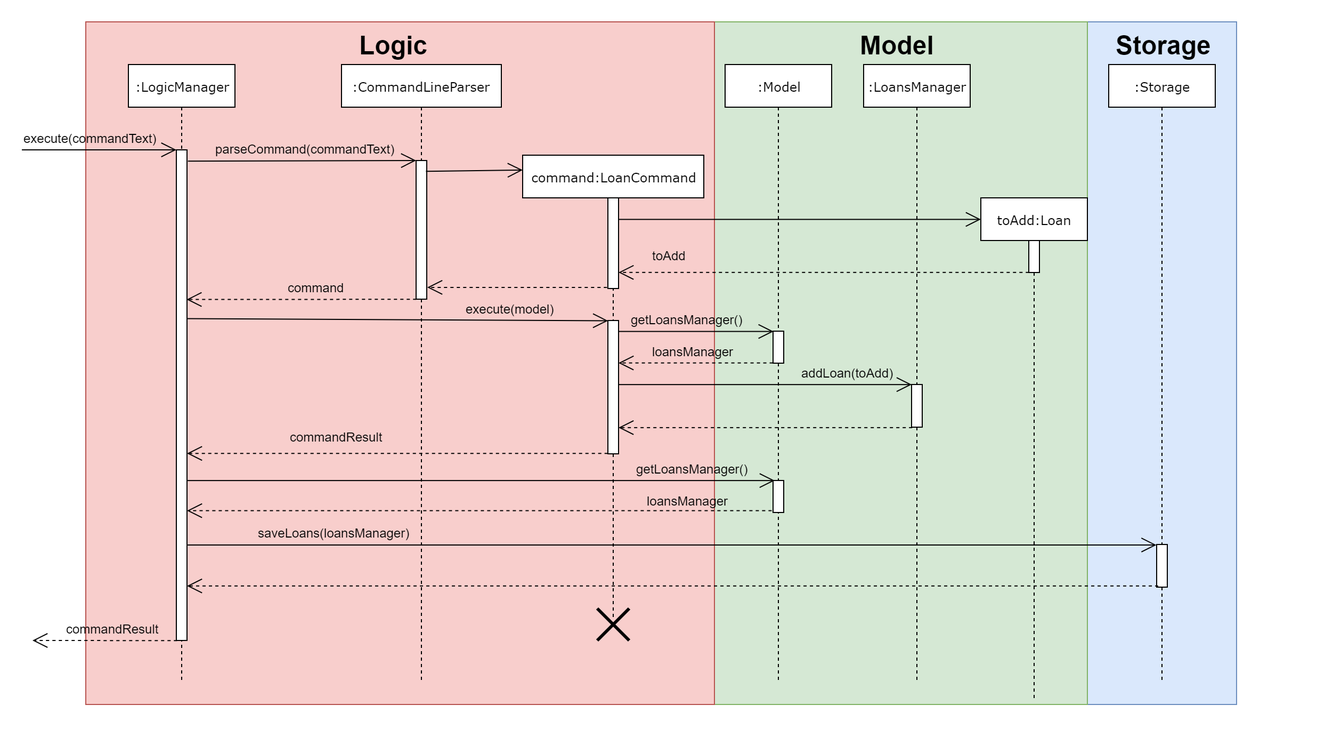
The draw.io diagram docs/images/LoanSequenceDiagram.png in nus-cs2103-AY1920S1/addressbook-level3, before a commit. Source tidied: cells renumbered, new cells last; positions are measured from the earlier drawing's top-left corner, leaving out a move shared by most shapes.
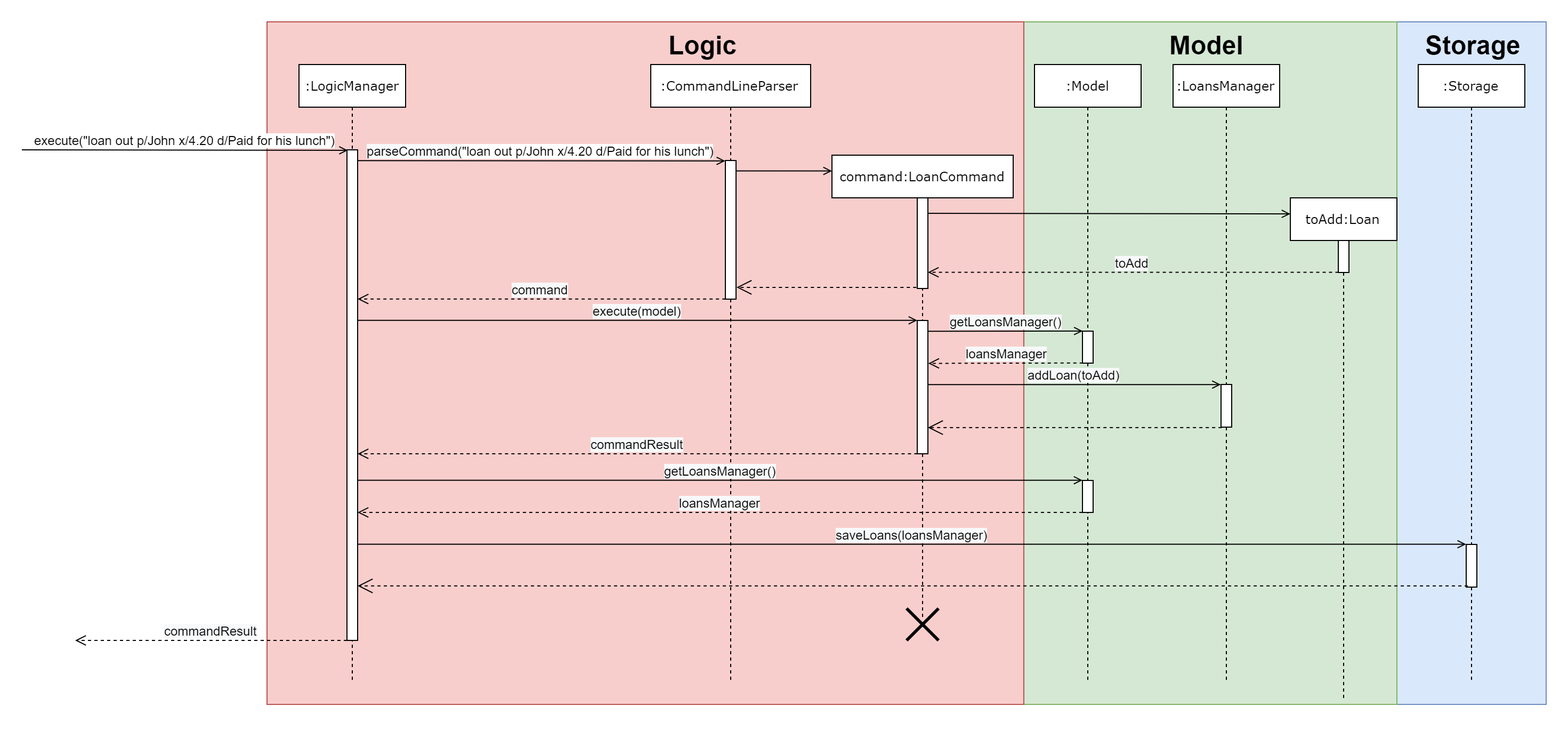
The same file after the commit.

Commit message:
Update loan sequence diagram

Change to the diagram source:
```diff
@@ -3,7 +3,7 @@
     <mxCell id="0" />
     <mxCell id="1" parent="0" />
     <mxCell id="2" style="rounded=0;whiteSpace=wrap;html=1;strokeColor=none;" parent="1" vertex="1">
-      <mxGeometry width="1250" height="690" as="geometry" />
+      <mxGeometry x="-290" width="1470" height="690" as="geometry" />
     </mxCell>
     <mxCell id="3" style="rounded=0;whiteSpace=wrap;html=1;fillColor=#dae8fc;strokeColor=#6c8ebf;" parent="1" vertex="1">
       <mxGeometry x="1020" y="20" width="140" height="640" as="geometry" />
@@ -12,7 +12,7 @@
       <mxGeometry x="670" y="20" width="350" height="640" as="geometry" />
     </mxCell>
     <mxCell id="5" style="rounded=0;whiteSpace=wrap;html=1;fillColor=#f8cecc;strokeColor=#b85450;" parent="1" vertex="1">
-      <mxGeometry x="80" y="20" width="590" height="640" as="geometry" />
+      <mxGeometry x="-40" y="20" width="710" height="640" as="geometry" />
     </mxCell>
     <mxCell id="6" value=":CommandLineParser" style="shape=umlLifeline;perimeter=lifelinePerimeter;whiteSpace=wrap;html=1;rounded=0;shadow=0;comic=0;labelBackgroundColor=none;strokeColor=#000000;strokeWidth=1;fillColor=#FFFFFF;fontFamily=Verdana;fontSize=12;fontColor=#000000;align=center;" parent="1" vertex="1">
       <mxGeometry x="320" y="60" width="150" height="580" as="geometry" />
@@ -33,14 +33,11 @@
       <mxGeometry x="70" y="425" width="30" height="30" as="geometry" />
     </mxCell>
     <mxCell id="12" value=":LogicManager" style="shape=umlLifeline;perimeter=lifelinePerimeter;whiteSpace=wrap;html=1;rounded=0;shadow=0;comic=0;labelBackgroundColor=none;strokeColor=#000000;strokeWidth=1;fillColor=#FFFFFF;fontFamily=Verdana;fontSize=12;fontColor=#000000;align=center;" parent="1" vertex="1">
-      <mxGeometry x="120" y="60" width="100" height="580" as="geometry" />
+      <mxGeometry x="-10" y="60" width="100" height="580" as="geometry" />
     </mxCell>
     <mxCell id="13" style="html=1;points=[];perimeter=orthogonalPerimeter;rounded=0;shadow=0;comic=0;labelBackgroundColor=none;strokeColor=#000000;strokeWidth=1;fillColor=#FFFFFF;fontFamily=Verdana;fontSize=12;fontColor=#000000;align=center;" parent="12" vertex="1">
       <mxGeometry x="45" y="80" width="10" height="460" as="geometry" />
     </mxCell>
-    <mxCell id="14" value="command" style="text;html=1;align=left;verticalAlign=top;spacingTop=-4;" parent="1" vertex="1">
-      <mxGeometry x="267.5" y="259.5" width="70" height="20" as="geometry" />
-    </mxCell>
     <mxCell id="15" value=":Model" style="shape=umlLifeline;perimeter=lifelinePerimeter;whiteSpace=wrap;html=1;rounded=0;shadow=0;comic=0;labelBackgroundColor=none;strokeColor=#000000;strokeWidth=1;fillColor=#FFFFFF;fontFamily=Verdana;fontSize=12;fontColor=#000000;align=center;" parent="1" vertex="1">
       <mxGeometry x="680" y="60" width="100" height="580" as="geometry" />
     </mxCell>
@@ -50,119 +47,33 @@
     <mxCell id="17" style="html=1;points=[];perimeter=orthogonalPerimeter;rounded=0;shadow=0;comic=0;labelBackgroundColor=none;strokeColor=#000000;strokeWidth=1;fillColor=#FFFFFF;fontFamily=Verdana;fontSize=12;fontColor=#000000;align=center;" parent="15" vertex="1">
       <mxGeometry x="45" y="390" width="10" height="30" as="geometry" />
     </mxCell>
-    <mxCell id="18" value="getLoansManager()" style="text;html=1;align=left;verticalAlign=top;spacingTop=-4;" parent="1" vertex="1">
-      <mxGeometry x="590" y="290" width="120" height="20" as="geometry" />
-    </mxCell>
     <mxCell id="19" value=":LoansManager" style="shape=umlLifeline;perimeter=lifelinePerimeter;whiteSpace=wrap;html=1;rounded=0;shadow=0;comic=0;labelBackgroundColor=none;strokeColor=#000000;strokeWidth=1;fillColor=#FFFFFF;fontFamily=Verdana;fontSize=12;fontColor=#000000;align=center;" parent="1" vertex="1">
       <mxGeometry x="810" y="60" width="100" height="580" as="geometry" />
     </mxCell>
     <mxCell id="20" style="html=1;points=[];perimeter=orthogonalPerimeter;rounded=0;shadow=0;comic=0;labelBackgroundColor=none;strokeColor=#000000;strokeWidth=1;fillColor=#FFFFFF;fontFamily=Verdana;fontSize=12;fontColor=#000000;align=center;" parent="19" vertex="1">
       <mxGeometry x="45" y="300" width="10" height="40" as="geometry" />
     </mxCell>
-    <mxCell id="21" value="addLoan(toAdd)" style="text;html=1;align=left;verticalAlign=top;spacingTop=-4;" parent="1" vertex="1">
-      <mxGeometry x="750" y="340" width="100" height="20" as="geometry" />
-    </mxCell>
     <mxCell id="22" value="toAdd:Loan" style="shape=umlLifeline;perimeter=lifelinePerimeter;whiteSpace=wrap;html=1;outlineConnect=0;rounded=0;shadow=0;comic=0;labelBackgroundColor=none;strokeColor=#000000;strokeWidth=1;fillColor=#FFFFFF;fontFamily=Verdana;fontSize=12;fontColor=#000000;align=center;" parent="1" vertex="1">
       <mxGeometry x="920" y="185" width="100" height="470" as="geometry" />
     </mxCell>
     <mxCell id="23" style="html=1;points=[];perimeter=orthogonalPerimeter;rounded=0;shadow=0;comic=0;labelBackgroundColor=none;strokeColor=#000000;strokeWidth=1;fillColor=#FFFFFF;fontFamily=Verdana;fontSize=12;fontColor=#000000;align=center;" parent="22" vertex="1">
       <mxGeometry x="45" y="40" width="10" height="30" as="geometry" />
     </mxCell>
-    <mxCell id="24" value="toAdd" style="text;html=1;align=left;verticalAlign=top;spacingTop=-4;" parent="1" vertex="1">
-      <mxGeometry x="610" y="230" width="50" height="20" as="geometry" />
-    </mxCell>
-    <mxCell id="25" style="endArrow=open;endFill=1;endSize=12;html=1;exitX=1.026;exitY=0.344;exitDx=0;exitDy=0;exitPerimeter=0;entryX=0.012;entryY=0.002;entryDx=0;entryDy=0;entryPerimeter=0;" parent="1" edge="1" source="13" target="10">
-      <mxGeometry relative="1" as="geometry" />
-    </mxCell>
-    <mxCell id="26" style="endArrow=open;endFill=1;endSize=12;html=1;entryX=0.961;entryY=0.305;entryDx=0;entryDy=0;entryPerimeter=0;exitX=0.016;exitY=1.001;exitDx=0;exitDy=0;exitPerimeter=0;dashed=1;" parent="1" edge="1" source="7" target="13">
-      <mxGeometry relative="1" as="geometry" />
-    </mxCell>
-    <mxCell id="27" style="endArrow=open;endFill=1;endSize=12;html=1;entryX=0;entryY=0;entryDx=0;entryDy=0;entryPerimeter=0;exitX=1.09;exitY=0.023;exitDx=0;exitDy=0;exitPerimeter=0;" parent="1" edge="1" source="13" target="7">
-      <mxGeometry relative="1" as="geometry" />
-    </mxCell>
-    <mxCell id="28" style="endArrow=open;endFill=1;endSize=12;html=1;entryX=0;entryY=0.032;entryDx=0;entryDy=0;entryPerimeter=0;exitX=0.927;exitY=0.078;exitDx=0;exitDy=0;exitPerimeter=0;" parent="1" edge="1" source="7" target="8">
-      <mxGeometry relative="1" as="geometry" />
-    </mxCell>
-    <mxCell id="29" style="endArrow=open;endFill=1;endSize=12;html=1;entryX=-0.004;entryY=0;entryDx=0;entryDy=0;entryPerimeter=0;" parent="1" edge="1" target="13">
-      <mxGeometry relative="1" as="geometry">
-        <mxPoint x="20" y="140" as="sourcePoint" />
-      </mxGeometry>
-    </mxCell>
-    <mxCell id="30" style="endArrow=open;endFill=1;endSize=12;html=1;entryX=0;entryY=0.043;entryDx=0;entryDy=0;entryPerimeter=0;" parent="1" edge="1" source="9" target="22">
-      <mxGeometry relative="1" as="geometry" />
-    </mxCell>
-    <mxCell id="31" style="endArrow=open;endFill=1;endSize=12;html=1;exitX=0.015;exitY=0.997;exitDx=0;exitDy=0;exitPerimeter=0;dashed=1;" parent="1" edge="1" source="23" target="9">
-      <mxGeometry relative="1" as="geometry" />
-    </mxCell>
     <mxCell id="32" style="endArrow=open;endFill=1;endSize=12;html=1;entryX=1.048;entryY=0.915;entryDx=0;entryDy=0;entryPerimeter=0;exitX=-0.084;exitY=0.988;exitDx=0;exitDy=0;exitPerimeter=0;dashed=1;" parent="1" edge="1" source="9" target="7">
       <mxGeometry relative="1" as="geometry" />
     </mxCell>
-    <mxCell id="33" style="endArrow=open;endFill=1;endSize=12;html=1;entryX=0.044;entryY=0.009;entryDx=0;entryDy=0;entryPerimeter=0;" parent="1" edge="1" source="10" target="16">
-      <mxGeometry relative="1" as="geometry" />
-    </mxCell>
-    <mxCell id="34" style="endArrow=open;endFill=1;endSize=12;html=1;entryX=0.011;entryY=0.002;entryDx=0;entryDy=0;entryPerimeter=0;" parent="1" edge="1" source="10" target="20">
-      <mxGeometry relative="1" as="geometry" />
-    </mxCell>
-    <mxCell id="35" style="endArrow=open;endFill=1;endSize=12;html=1;exitX=-0.021;exitY=0.993;exitDx=0;exitDy=0;exitPerimeter=0;dashed=1;" parent="1" edge="1" source="16" target="10">
-      <mxGeometry relative="1" as="geometry" />
-    </mxCell>
     <mxCell id="36" style="endArrow=open;endFill=1;endSize=12;html=1;exitX=0.059;exitY=1.011;exitDx=0;exitDy=0;exitPerimeter=0;dashed=1;" parent="1" edge="1" source="20" target="10">
       <mxGeometry relative="1" as="geometry" />
     </mxCell>
-    <mxCell id="37" style="endArrow=open;endFill=1;endSize=12;html=1;exitX=-0.013;exitY=0.997;exitDx=0;exitDy=0;exitPerimeter=0;dashed=1;" parent="1" edge="1" source="10" target="13">
-      <mxGeometry relative="1" as="geometry" />
-    </mxCell>
-    <mxCell id="38" value="commandResult" style="text;html=1;align=left;verticalAlign=top;spacingTop=-4;" parent="1" vertex="1">
-      <mxGeometry x="270" y="400" width="100" height="20" as="geometry" />
-    </mxCell>
-    <mxCell id="39" value="execute(model)" style="text;html=1;align=left;verticalAlign=top;spacingTop=-4;" parent="1" vertex="1">
-      <mxGeometry x="435" y="280" width="100" height="20" as="geometry" />
-    </mxCell>
-    <mxCell id="40" value="loansManager" style="text;html=1;align=left;verticalAlign=top;spacingTop=-4;" parent="1" vertex="1">
-      <mxGeometry x="610" y="320" width="90" height="20" as="geometry" />
-    </mxCell>
     <mxCell id="41" value=":Storage" style="shape=umlLifeline;perimeter=lifelinePerimeter;whiteSpace=wrap;html=1;rounded=0;shadow=0;comic=0;labelBackgroundColor=none;strokeColor=#000000;strokeWidth=1;fillColor=#FFFFFF;fontFamily=Verdana;fontSize=12;fontColor=#000000;align=center;" parent="1" vertex="1">
       <mxGeometry x="1040" y="60" width="100" height="580" as="geometry" />
     </mxCell>
     <mxCell id="42" style="html=1;points=[];perimeter=orthogonalPerimeter;rounded=0;shadow=0;comic=0;labelBackgroundColor=none;strokeColor=#000000;strokeWidth=1;fillColor=#FFFFFF;fontFamily=Verdana;fontSize=12;fontColor=#000000;align=center;" parent="41" vertex="1">
       <mxGeometry x="45" y="450" width="10" height="40" as="geometry" />
     </mxCell>
-    <mxCell id="43" style="endArrow=open;endFill=1;endSize=12;html=1;entryX=-0.023;entryY=0.012;entryDx=0;entryDy=0;entryPerimeter=0;" parent="1" edge="1" source="13" target="42">
-      <mxGeometry relative="1" as="geometry" />
-    </mxCell>
-    <mxCell id="44" value="saveLoans(loansManager)" style="text;html=1;align=left;verticalAlign=top;spacingTop=-4;" parent="1" vertex="1">
-      <mxGeometry x="240" y="490" width="160" height="20" as="geometry" />
-    </mxCell>
-    <mxCell id="45" style="endArrow=open;endFill=1;endSize=12;html=1;entryX=0.153;entryY=0.002;entryDx=0;entryDy=0;entryPerimeter=0;" parent="1" edge="1" source="13" target="17">
-      <mxGeometry relative="1" as="geometry" />
-    </mxCell>
-    <mxCell id="46" value="getLoansManager()" style="text;html=1;align=left;verticalAlign=top;spacingTop=-4;" parent="1" vertex="1">
-      <mxGeometry x="595" y="430" width="120" height="20" as="geometry" />
-    </mxCell>
-    <mxCell id="47" style="endArrow=open;endFill=1;endSize=12;html=1;exitX=-0.129;exitY=0.943;exitDx=0;exitDy=0;exitPerimeter=0;dashed=1;" parent="1" edge="1" source="17" target="13">
-      <mxGeometry relative="1" as="geometry" />
-    </mxCell>
-    <mxCell id="48" value="loansManager" style="text;html=1;align=left;verticalAlign=top;spacingTop=-4;" parent="1" vertex="1">
-      <mxGeometry x="605" y="460" width="90" height="20" as="geometry" />
-    </mxCell>
     <mxCell id="49" style="endArrow=open;endFill=1;endSize=12;html=1;exitX=0.153;exitY=0.972;exitDx=0;exitDy=0;exitPerimeter=0;dashed=1;" parent="1" edge="1" source="42" target="13">
       <mxGeometry relative="1" as="geometry" />
     </mxCell>
-    <mxCell id="50" style="endArrow=open;endFill=1;endSize=12;html=1;exitX=0.016;exitY=1.001;exitDx=0;exitDy=0;exitPerimeter=0;dashed=1;" parent="1" edge="1">
-      <mxGeometry relative="1" as="geometry">
-        <mxPoint x="165.7" y="600.1" as="sourcePoint" />
-        <mxPoint x="30" y="600" as="targetPoint" />
-      </mxGeometry>
-    </mxCell>
-    <mxCell id="51" value="commandResult" style="text;html=1;align=left;verticalAlign=top;spacingTop=-4;" parent="1" vertex="1">
-      <mxGeometry x="60" y="580" width="100" height="20" as="geometry" />
-    </mxCell>
-    <mxCell id="52" value="execute(commandText)" style="text;html=1;align=left;verticalAlign=top;spacingTop=-4;" parent="1" vertex="1">
-      <mxGeometry x="20" y="120" width="140" height="20" as="geometry" />
-    </mxCell>
-    <mxCell id="53" value="parseCommand(commandText)" style="text;html=1;align=left;verticalAlign=top;spacingTop=-4;" parent="1" vertex="1">
-      <mxGeometry x="200" y="130" width="180" height="20" as="geometry" />
-    </mxCell>
     <mxCell id="54" value="&lt;h1&gt;Logic&lt;/h1&gt;" style="text;html=1;align=left;verticalAlign=top;spacingTop=-4;" parent="1" vertex="1">
       <mxGeometry x="335" y="10" width="80" height="50" as="geometry" />
     </mxCell>
@@ -172,5 +83,54 @@
     <mxCell id="56" value="&lt;h1&gt;Storage&lt;/h1&gt;" style="text;html=1;align=left;verticalAlign=top;spacingTop=-4;" parent="1" vertex="1">
       <mxGeometry x="1045" y="10" width="110" height="50" as="geometry" />
     </mxCell>
+    <mxCell id="57" value="&lt;span style=&quot;font-size: 12px ; text-align: left ; background-color: rgb(255 , 255 , 255)&quot;&gt;execute(&quot;loan out p/John x/4.20 d/Paid for his lunch&quot;)&lt;/span&gt;" style="html=1;verticalAlign=bottom;endArrow=open;endFill=0;entryX=0.082;entryY=0.001;entryDx=0;entryDy=0;entryPerimeter=0;" parent="1" edge="1" target="13">
+      <mxGeometry relative="1" as="geometry">
+        <mxPoint x="-270" y="140" as="sourcePoint" />
+      </mxGeometry>
+    </mxCell>
+    <mxCell id="27" value="&lt;span style=&quot;font-size: 12px ; text-align: left ; background-color: rgb(248 , 249 , 250)&quot;&gt;parseCommand(&lt;/span&gt;&lt;span style=&quot;font-size: 12px ; text-align: left&quot;&gt;&quot;loan out p/John x/4.20 d/Paid for his lunch&quot;&lt;/span&gt;&lt;span style=&quot;font-size: 12px ; text-align: left ; background-color: rgb(248 , 249 , 250)&quot;&gt;)&lt;/span&gt;" style="html=1;verticalAlign=bottom;endArrow=open;endFill=0;entryX=-0.016;entryY=0.003;entryDx=0;entryDy=0;entryPerimeter=0;exitX=1.033;exitY=0.022;exitDx=0;exitDy=0;exitPerimeter=0;" parent="1" edge="1" source="13" target="7">
+      <mxGeometry relative="1" as="geometry" />
+    </mxCell>
+    <mxCell id="28" style="html=1;verticalAlign=bottom;endArrow=open;endFill=0;entryX=0;entryY=0.034;entryDx=0;entryDy=0;entryPerimeter=0;exitX=0.992;exitY=0.075;exitDx=0;exitDy=0;exitPerimeter=0;" parent="1" edge="1" source="7" target="8">
+      <mxGeometry relative="1" as="geometry" />
+    </mxCell>
+    <mxCell id="30" style="html=1;verticalAlign=bottom;endArrow=open;endFill=0;exitX=1.024;exitY=0.171;exitDx=0;exitDy=0;exitPerimeter=0;entryX=0;entryY=0.032;entryDx=0;entryDy=0;entryPerimeter=0;" parent="1" edge="1" source="9" target="22">
+      <mxGeometry relative="1" as="geometry" />
+    </mxCell>
+    <mxCell id="39" value="&lt;span style=&quot;font-size: 12px ; text-align: left ; background-color: rgb(248 , 249 , 250)&quot;&gt;execute(model)&lt;/span&gt;" style="html=1;verticalAlign=bottom;endArrow=open;endFill=0;entryX=0;entryY=-0.001;entryDx=0;entryDy=0;entryPerimeter=0;" parent="1" edge="1" source="13" target="10">
+      <mxGeometry relative="1" as="geometry" />
+    </mxCell>
+    <mxCell id="33" value="&lt;span style=&quot;font-size: 12px ; text-align: left ; background-color: rgb(248 , 249 , 250)&quot;&gt;getLoansManager()&lt;/span&gt;" style="html=1;verticalAlign=bottom;endArrow=open;endFill=0;entryX=0.02;entryY=-0.003;entryDx=0;entryDy=0;entryPerimeter=0;exitX=0.98;exitY=0.081;exitDx=0;exitDy=0;exitPerimeter=0;" parent="1" edge="1" source="10" target="16">
+      <mxGeometry relative="1" as="geometry" />
+    </mxCell>
+    <mxCell id="21" value="&lt;span style=&quot;font-size: 12px ; text-align: left ; background-color: rgb(248 , 249 , 250)&quot;&gt;addLoan(toAdd)&lt;/span&gt;" style="html=1;verticalAlign=bottom;endArrow=open;endFill=0;entryX=-0.028;entryY=0.003;entryDx=0;entryDy=0;entryPerimeter=0;exitX=0.995;exitY=0.481;exitDx=0;exitDy=0;exitPerimeter=0;" parent="1" edge="1" source="10" target="20">
+      <mxGeometry relative="1" as="geometry" />
+    </mxCell>
+    <mxCell id="45" value="&lt;span style=&quot;font-size: 12px ; text-align: left ; background-color: rgb(248 , 249 , 250)&quot;&gt;getLoansManager()&lt;/span&gt;" style="html=1;verticalAlign=bottom;endArrow=open;endFill=0;entryX=-0.005;entryY=-0.006;entryDx=0;entryDy=0;entryPerimeter=0;" parent="1" edge="1" source="13" target="17">
+      <mxGeometry relative="1" as="geometry" />
+    </mxCell>
+    <mxCell id="44" value="&lt;span style=&quot;font-size: 12px ; text-align: left ; background-color: rgb(248 , 249 , 250)&quot;&gt;saveLoans(loansManager)&lt;/span&gt;" style="html=1;verticalAlign=bottom;endArrow=open;endFill=0;entryX=-0.011;entryY=-0.005;entryDx=0;entryDy=0;entryPerimeter=0;" parent="1" edge="1" source="13" target="42">
+      <mxGeometry relative="1" as="geometry" />
+    </mxCell>
+    <mxCell id="24" value="&lt;span style=&quot;font-size: 12px ; text-align: left ; background-color: rgb(248 , 249 , 250)&quot;&gt;toAdd&lt;/span&gt;" style="html=1;verticalAlign=bottom;endArrow=open;dashed=1;endSize=8;exitX=0.026;exitY=0.994;exitDx=0;exitDy=0;exitPerimeter=0;" parent="1" edge="1" source="23" target="9">
+      <mxGeometry relative="1" as="geometry" />
+    </mxCell>
+    <mxCell id="14" value="&lt;span style=&quot;font-size: 12px ; text-align: left ; background-color: rgb(248 , 249 , 250)&quot;&gt;command&lt;/span&gt;" style="html=1;verticalAlign=bottom;endArrow=open;dashed=1;endSize=8;exitX=0.008;exitY=0.999;exitDx=0;exitDy=0;exitPerimeter=0;" parent="1" edge="1" source="7" target="13">
+      <mxGeometry relative="1" as="geometry" />
+    </mxCell>
+    <mxCell id="35" value="&lt;span style=&quot;font-size: 12px ; text-align: left ; background-color: rgb(248 , 249 , 250)&quot;&gt;loansManager&lt;/span&gt;" style="html=1;verticalAlign=bottom;endArrow=open;dashed=1;endSize=8;exitX=0.039;exitY=0.995;exitDx=0;exitDy=0;exitPerimeter=0;entryX=1.042;entryY=0.322;entryDx=0;entryDy=0;entryPerimeter=0;" parent="1" edge="1" source="16" target="10">
+      <mxGeometry relative="1" as="geometry" />
+    </mxCell>
+    <mxCell id="37" value="&lt;span style=&quot;font-size: 12px ; text-align: left ; background-color: rgb(248 , 249 , 250)&quot;&gt;commandResult&lt;/span&gt;" style="html=1;verticalAlign=bottom;endArrow=open;dashed=1;endSize=8;exitX=0.021;exitY=1;exitDx=0;exitDy=0;exitPerimeter=0;" parent="1" edge="1" source="10" target="13">
+      <mxGeometry relative="1" as="geometry" />
+    </mxCell>
+    <mxCell id="47" value="&lt;span style=&quot;font-size: 12px ; text-align: left ; background-color: rgb(248 , 249 , 250)&quot;&gt;loansManager&lt;/span&gt;" style="html=1;verticalAlign=bottom;endArrow=open;dashed=1;endSize=8;exitX=-0.002;exitY=0.999;exitDx=0;exitDy=0;exitPerimeter=0;" parent="1" edge="1" source="17" target="13">
+      <mxGeometry relative="1" as="geometry" />
+    </mxCell>
+    <mxCell id="58" value="&lt;span style=&quot;font-size: 12px ; text-align: left ; background-color: rgb(248 , 249 , 250)&quot;&gt;commandResult&lt;/span&gt;" style="html=1;verticalAlign=bottom;endArrow=open;dashed=1;endSize=8;" parent="1" edge="1" source="13">
+      <mxGeometry relative="1" as="geometry">
+        <mxPoint x="-220" y="600" as="targetPoint" />
+      </mxGeometry>
+    </mxCell>
   </root>
 </mxGraphModel>
```
